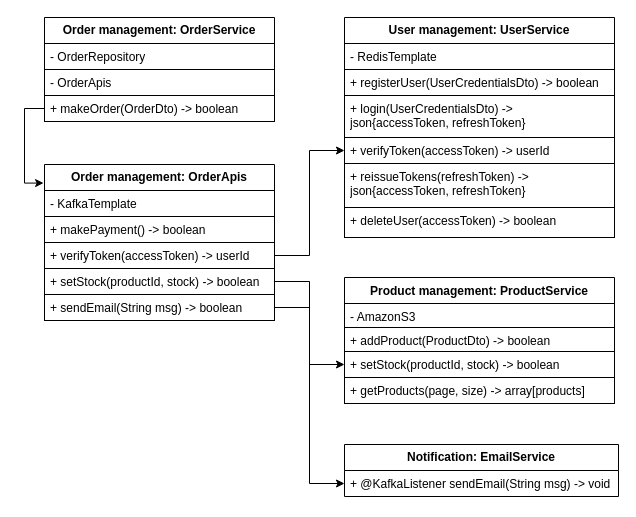
Before: class_diagram.drawio in vacu9708/Shopping-mall, a draw.io diagram. Source tidied: cells renumbered, new cells numbered last; positions are measured from the earlier drawing's top-left corner, leaving out a move shared by most shapes. Both pictures are drawn from the tidied source at 100%, with x=0, y=0 at pixel (44, 17).
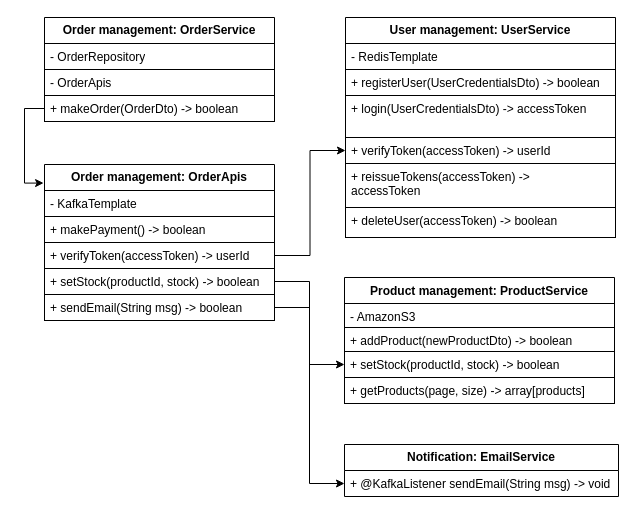
After the change.

Unchanged cells that the change refers to:
```xml
<mxCell id="13" value="Product management: ProductService" style="swimlane;fontStyle=1;align=center;verticalAlign=top;horizontal=1;startSize=26;whiteSpace=wrap;html=1;fillColor=none;" parent="1" vertex="1">
  <mxGeometry x="300" y="260" width="270" height="126" as="geometry" />
</mxCell>
```

Diff of the diagram source:
```diff
@@
     <mxCell id="6" value="&lt;b&gt;User management: UserService&lt;/b&gt;" style="swimlane;fontStyle=0;horizontal=1;startSize=26;fillColor=none;whiteSpace=wrap;html=1;" parent="1" vertex="1">
-      <mxGeometry x="300" width="270" height="220" as="geometry" />
+      <mxGeometry x="301" width="270" height="220" as="geometry" />
     </mxCell>
@@
-    <mxCell id="9" value="+ login(UserCredentialsDto&lt;span style=&quot;background-color: initial;&quot;&gt;) -&amp;gt; json{accessToken, refreshToken}&lt;/span&gt;" style="text;strokeColor=default;fillColor=none;align=left;verticalAlign=top;spacingLeft=4;spacingRight=4;overflow=hidden;whiteSpace=wrap;html=1;" parent="6" vertex="1">
+    <mxCell id="9" value="+ login(UserCredentialsDto&lt;span style=&quot;background-color: initial;&quot;&gt;) -&amp;gt; accessToken&lt;/span&gt;" style="text;strokeColor=default;fillColor=none;align=left;verticalAlign=top;spacingLeft=4;spacingRight=4;overflow=hidden;whiteSpace=wrap;html=1;" parent="6" vertex="1">
       <mxGeometry y="78" width="270" height="42" as="geometry" />
     </mxCell>
@@
-    <mxCell id="11" value="&lt;p style=&quot;margin-top: 0pt; margin-bottom: 0pt; margin-left: 0in; direction: ltr; unicode-bidi: embed; word-break: normal;&quot;&gt;+ reissueTokens(refreshToken) -&amp;gt; json{accessToken, refreshToken}&lt;br&gt;&lt;/p&gt;" style="text;strokeColor=default;fillColor=none;align=left;verticalAlign=top;spacingLeft=4;spacingRight=4;overflow=hidden;whiteSpace=wrap;html=1;" parent="6" vertex="1">
+    <mxCell id="11" value="&lt;p style=&quot;margin-top: 0pt; margin-bottom: 0pt; margin-left: 0in; direction: ltr; unicode-bidi: embed; word-break: normal;&quot;&gt;+ reissueTokens(accessToken) -&amp;gt;&amp;nbsp;&lt;br&gt;&lt;/p&gt;accessToken" style="text;strokeColor=default;fillColor=none;align=left;verticalAlign=top;spacingLeft=4;spacingRight=4;overflow=hidden;whiteSpace=wrap;html=1;" parent="6" vertex="1">
       <mxGeometry y="146" width="270" height="44" as="geometry" />
     </mxCell>
@@
-    <mxCell id="15" value="+ addProduct(ProductDto) -&amp;gt; boolean" style="text;strokeColor=default;fillColor=none;align=left;verticalAlign=top;spacingLeft=4;spacingRight=4;overflow=hidden;whiteSpace=wrap;html=1;" parent="13" vertex="1">
+    <mxCell id="15" value="+ addProduct(newProductDto) -&amp;gt; boolean" style="text;strokeColor=default;fillColor=none;align=left;verticalAlign=top;spacingLeft=4;spacingRight=4;overflow=hidden;whiteSpace=wrap;html=1;" parent="13" vertex="1">
       <mxGeometry y="50" width="270" height="24" as="geometry" />
     </mxCell>
```
